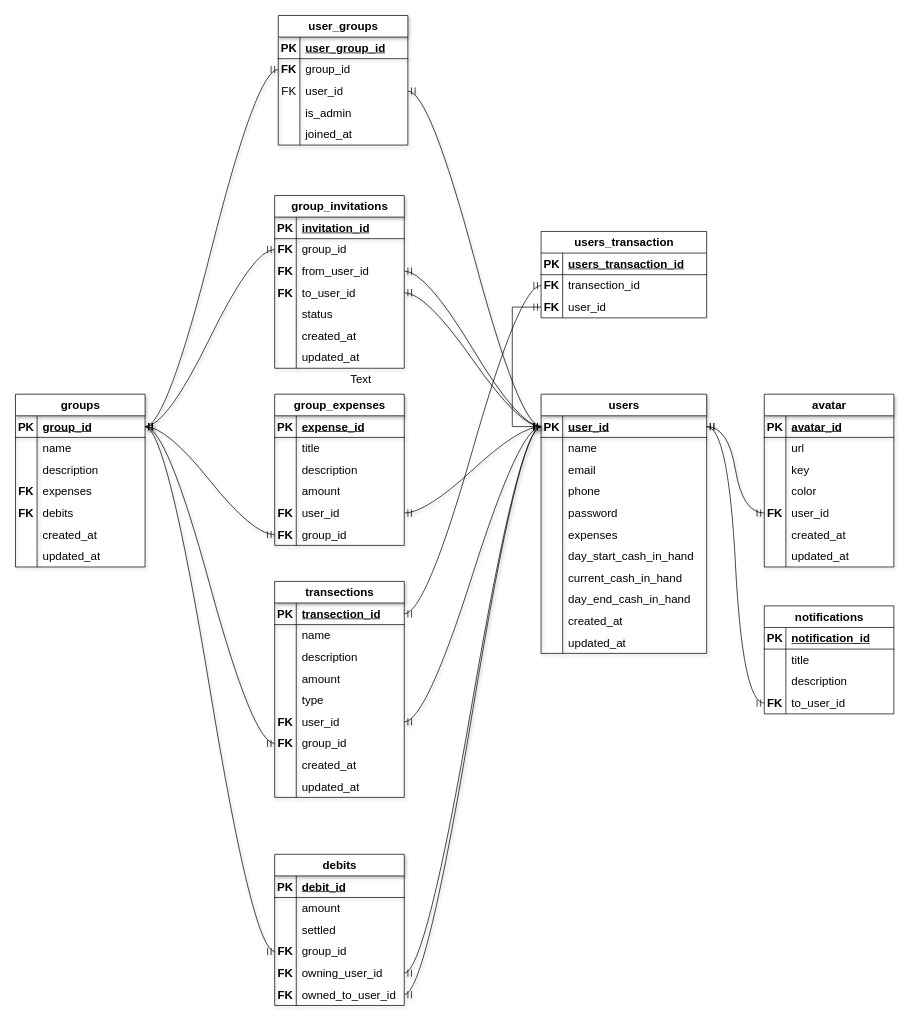
Earlier version of the draw.io diagram server/docs/db/db-design.drawio (maya-manager/server). Source tidied: cells renumbered, new cells numbered last; positions are measured from the earlier drawing's top-left corner, leaving out a move shared by most shapes. Both pictures are drawn from the tidied source at 72%, with x=0, y=0 at pixel (15, 15).
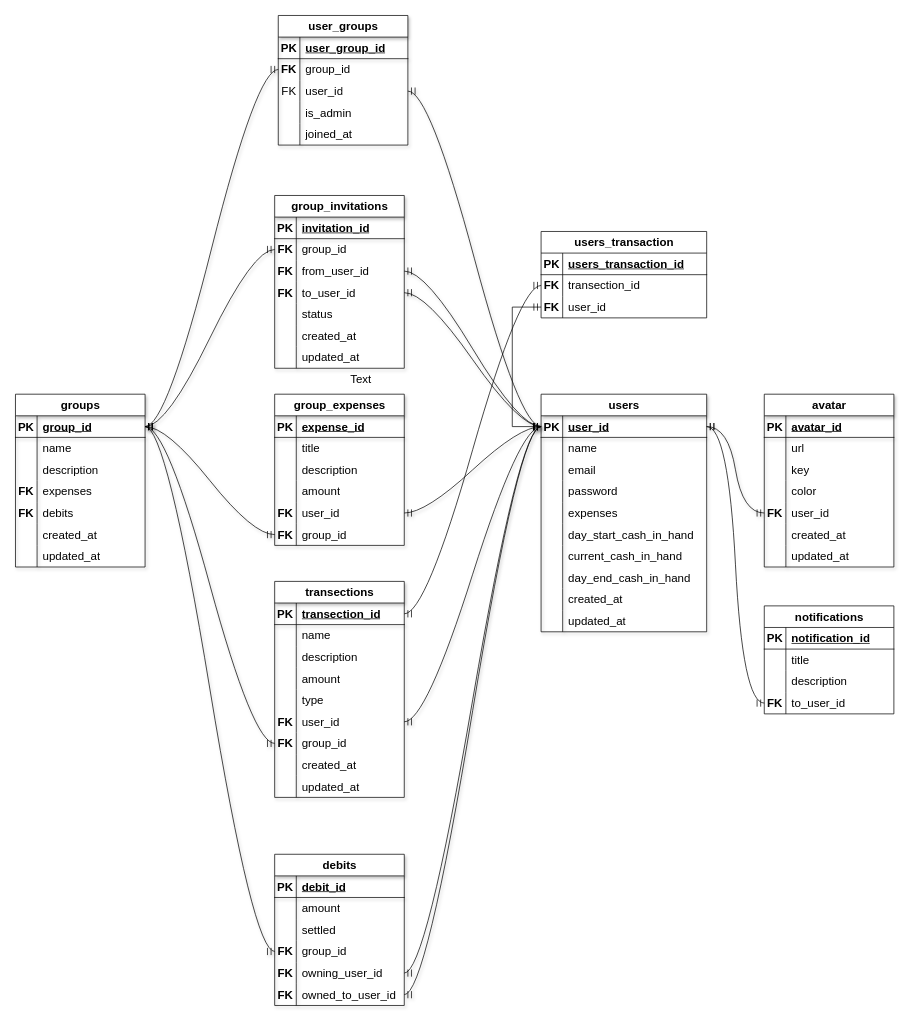
Above is the later version.

Commit message (it also covers changes not shown here):
docs(db): :memo: updated database design

What changed in the source:
```diff
@@
     <mxCell id="3" value="users" style="shape=table;startSize=30;childLayout=tableLayout;rowLines=0;fontStyle=1;align=center;html=1;fontSize=16;shadow=1;swimlaneLine=1;comic=0;" parent="1" vertex="1">
-      <mxGeometry x="730" y="526" width="230" height="360" as="geometry" />
+      <mxGeometry x="730" y="526" width="230" height="330" as="geometry" />
     </mxCell>
@@
-    <mxCell id="13" style="shape=tableRow;horizontal=0;startSize=0;swimlaneHead=0;swimlaneBody=0;fillColor=none;top=0;left=0;right=0;bottom=0;fontSize=16;shadow=1;swimlaneLine=1;comic=0;" parent="3" vertex="1">
-      <mxGeometry y="120" width="230" height="30" as="geometry" />
-    </mxCell>
-    <mxCell id="14" style="shape=partialRectangle;fillColor=none;top=0;left=0;bottom=0;right=0;overflow=hidden;whiteSpace=wrap;html=1;fontSize=16;shadow=1;swimlaneLine=1;comic=0;" parent="13" vertex="1">
-      <mxGeometry width="30" height="30" as="geometry" />
-    </mxCell>
-    <mxCell id="15" value="phone" style="shape=partialRectangle;fillColor=none;top=0;left=0;bottom=0;right=0;align=left;spacingLeft=6;overflow=hidden;whiteSpace=wrap;html=1;fontSize=16;shadow=1;swimlaneLine=1;comic=0;" parent="13" vertex="1">
-      <mxGeometry x="30" width="200" height="30" as="geometry" />
-    </mxCell>
     <mxCell id="16" style="shape=tableRow;horizontal=0;startSize=0;swimlaneHead=0;swimlaneBody=0;fillColor=none;top=0;left=0;right=0;bottom=0;fontSize=16;shadow=1;swimlaneLine=1;comic=0;" parent="3" vertex="1">
-      <mxGeometry y="150" width="230" height="30" as="geometry" />
+      <mxGeometry y="120" width="230" height="30" as="geometry" />
     </mxCell>
@@
     <mxCell id="19" style="shape=tableRow;horizontal=0;startSize=0;swimlaneHead=0;swimlaneBody=0;fillColor=none;top=0;left=0;right=0;bottom=0;fontSize=16;shadow=1;swimlaneLine=1;comic=0;" parent="3" vertex="1">
-      <mxGeometry y="180" width="230" height="30" as="geometry" />
+      <mxGeometry y="150" width="230" height="30" as="geometry" />
     </mxCell>
@@
     <mxCell id="22" style="shape=tableRow;horizontal=0;startSize=0;swimlaneHead=0;swimlaneBody=0;fillColor=none;top=0;left=0;right=0;bottom=0;fontSize=16;shadow=1;swimlaneLine=1;comic=0;" parent="3" vertex="1">
-      <mxGeometry y="210" width="230" height="30" as="geometry" />
+      <mxGeometry y="180" width="230" height="30" as="geometry" />
     </mxCell>
@@
     <mxCell id="25" style="shape=tableRow;horizontal=0;startSize=0;swimlaneHead=0;swimlaneBody=0;fillColor=none;top=0;left=0;right=0;bottom=0;fontSize=16;shadow=1;swimlaneLine=1;comic=0;" parent="3" vertex="1">
-      <mxGeometry y="240" width="230" height="30" as="geometry" />
+      <mxGeometry y="210" width="230" height="30" as="geometry" />
     </mxCell>
@@
     <mxCell id="28" style="shape=tableRow;horizontal=0;startSize=0;swimlaneHead=0;swimlaneBody=0;fillColor=none;top=0;left=0;right=0;bottom=0;fontSize=16;shadow=1;swimlaneLine=1;comic=0;" parent="3" vertex="1">
-      <mxGeometry y="270" width="230" height="30" as="geometry" />
+      <mxGeometry y="240" width="230" height="30" as="geometry" />
     </mxCell>
@@
     <mxCell id="31" style="shape=tableRow;horizontal=0;startSize=0;swimlaneHead=0;swimlaneBody=0;fillColor=none;top=0;left=0;right=0;bottom=0;fontSize=16;shadow=1;swimlaneLine=1;comic=0;" parent="3" vertex="1">
-      <mxGeometry y="300" width="230" height="30" as="geometry" />
+      <mxGeometry y="270" width="230" height="30" as="geometry" />
     </mxCell>
@@
     <mxCell id="34" style="shape=tableRow;horizontal=0;startSize=0;swimlaneHead=0;swimlaneBody=0;fillColor=none;top=0;left=0;right=0;bottom=0;fontSize=16;shadow=1;swimlaneLine=1;comic=0;" parent="3" vertex="1">
-      <mxGeometry y="330" width="230" height="30" as="geometry" />
+      <mxGeometry y="300" width="230" height="30" as="geometry" />
     </mxCell>
```
